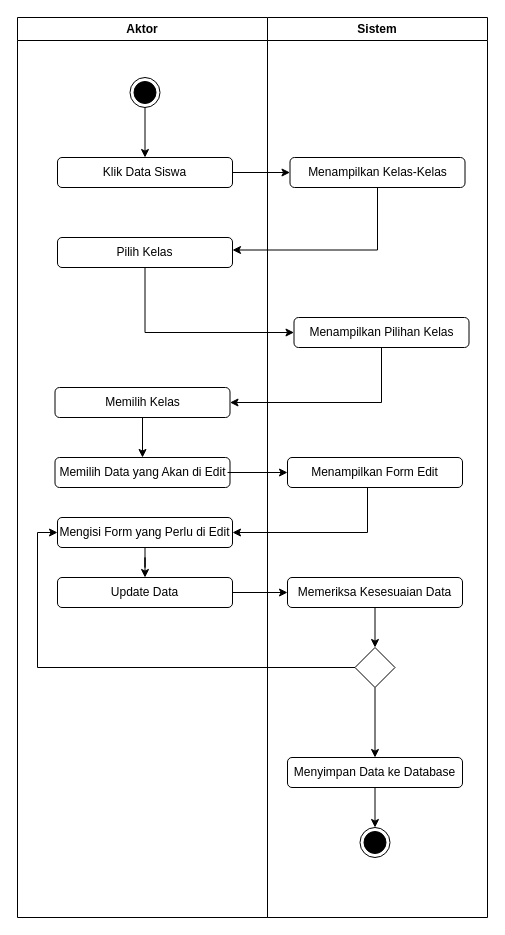
This is cross functional.drawio from XxGembelxX/Rancangan_KP, a draw.io file, before an edit. Source tidied: cells renumbered, new cells numbered last; positions are measured from the earlier drawing's top-left corner, leaving out a move shared by most shapes. Both pictures are drawn from the tidied source at 100%, with x=0, y=0 at pixel (17, 17).
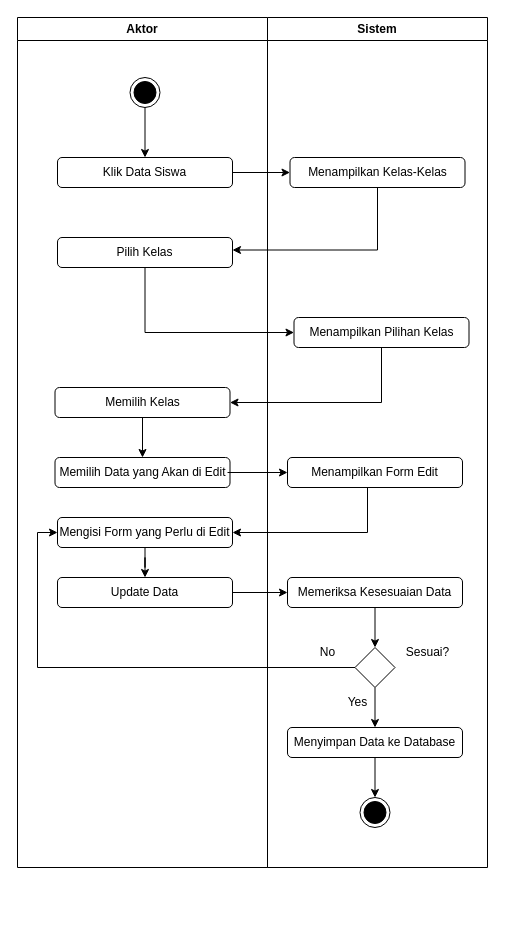
Above is the later version.

What changed in the source:
```diff
@@
     <mxCell id="2" value="Aktor" style="swimlane;whiteSpace=wrap;html=1;" parent="1" vertex="1">
-      <mxGeometry width="250" height="900" as="geometry" />
+      <mxGeometry width="250" height="850" as="geometry" />
     </mxCell>
@@
     <mxCell id="14" value="Sistem" style="swimlane;whiteSpace=wrap;html=1;" parent="1" vertex="1">
-      <mxGeometry x="250" width="220" height="900" as="geometry" />
+      <mxGeometry x="250" width="220" height="850" as="geometry" />
     </mxCell>
@@
     <mxCell id="23" value="Menyimpan Data ke Database" style="rounded=1;whiteSpace=wrap;html=1;" parent="14" vertex="1">
-      <mxGeometry x="20" y="740" width="175" height="30" as="geometry" />
+      <mxGeometry x="20" y="710" width="175" height="30" as="geometry" />
     </mxCell>
     <mxCell id="24" style="ellipse;html=1;shape=endState;fillColor=#000000;strokeColor=#000000;" parent="14" vertex="1">
-      <mxGeometry x="92.5" y="810" width="30" height="30" as="geometry" />
+      <mxGeometry x="92.5" y="780" width="30" height="30" as="geometry" />
     </mxCell>
@@
+    <mxCell id="32" value="Yes" style="text;html=1;align=center;verticalAlign=middle;strokeColor=none;fillColor=none;" parent="1" vertex="1">
+      <mxGeometry x="320" y="670" width="40" height="30" as="geometry" />
+    </mxCell>
+    <mxCell id="33" value="No" style="text;html=1;align=center;verticalAlign=middle;strokeColor=none;fillColor=none;" parent="1" vertex="1">
+      <mxGeometry x="290" y="620" width="40" height="30" as="geometry" />
+    </mxCell>
+    <mxCell id="34" value="Sesuai?" style="text;html=1;align=center;verticalAlign=middle;strokeColor=none;fillColor=none;" parent="1" vertex="1">
+      <mxGeometry x="375" y="620" width="70" height="30" as="geometry" />
+    </mxCell>
```
